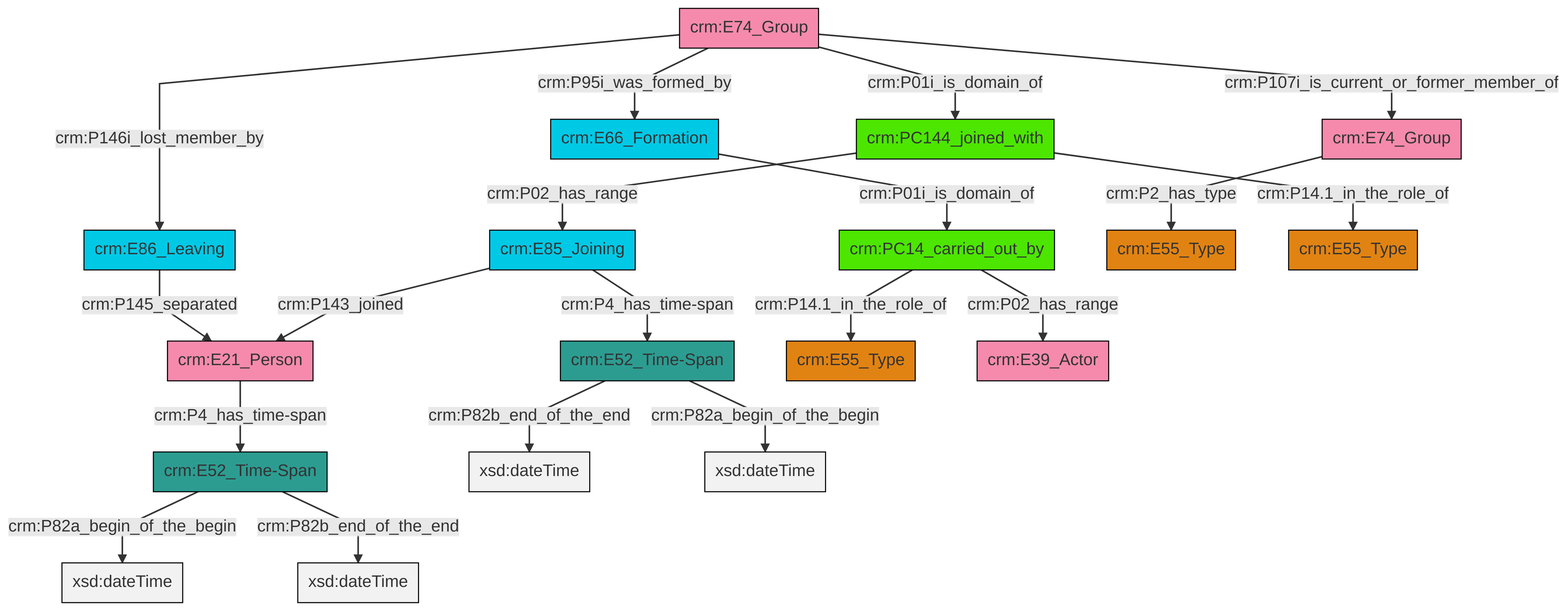
Before: et/groupCSV/ttl/mmd/png/group_actor_relations.png, a diagram exported from Mermaid (swiss-art-research-net/docs.swissartresearch). Its source is kept beside it as et/groupCSV/ttl/mmd/group_actor_relations.ttl.mmd.
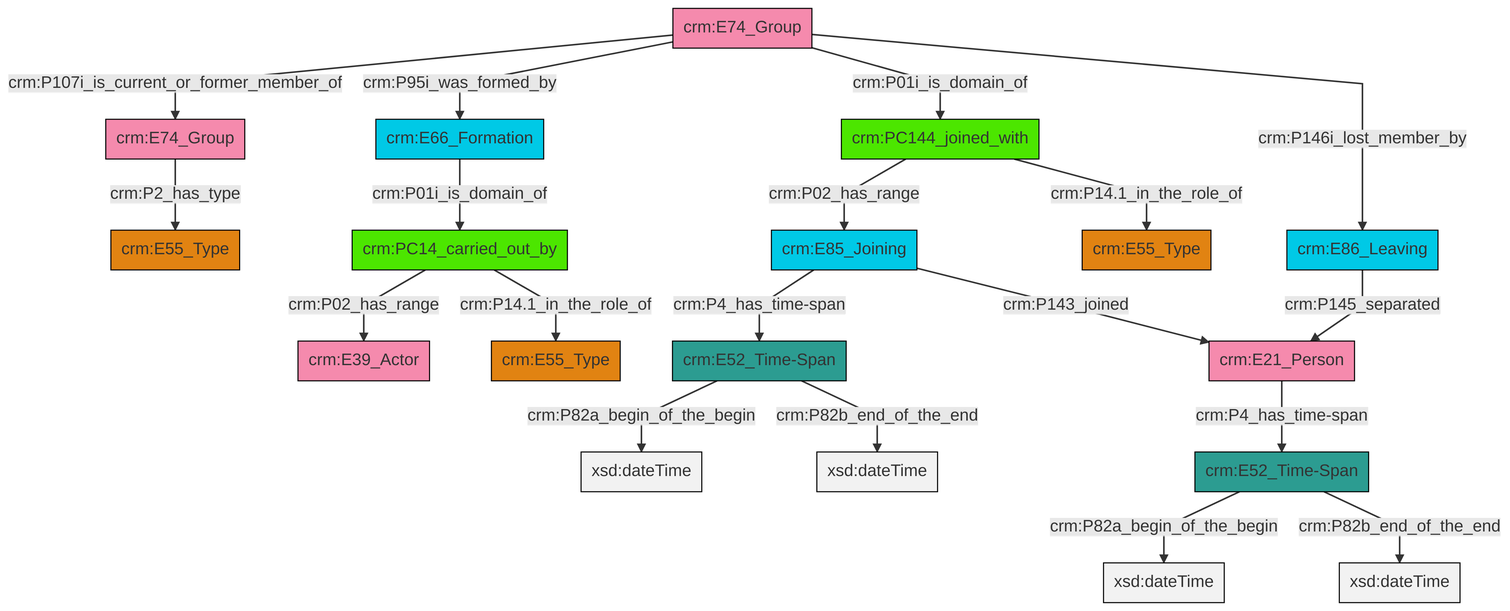
Later version of the same file.

Change to the diagram source:
```diff
@@ -13,21 +13,21 @@
 classDef PC_Classes fill:#4ce600, stroke:#000000;
 classDef Multi fill:#cccccc,stroke:#000000;
 
-0["crm:E66_Formation"]:::Temporal_Entity -->|crm:P01i_is_domain_of| 1["crm:PC14_carried_out_by"]:::PC_Classes
-12["crm:E74_Group"]:::Actor -->|crm:P146i_lost_member_by| 4["crm:E86_Leaving"]:::Temporal_Entity
-14["crm:E85_Joining"]:::Temporal_Entity -->|crm:P4_has_time-span| 8["crm:E52_Time-Span"]:::Time-Span
-12["crm:E74_Group"]:::Actor -->|crm:P107i_is_current_or_former_member_of| 15["crm:E74_Group"]:::Actor
-6["crm:E21_Person"]:::Actor -->|crm:P4_has_time-span| 10["crm:E52_Time-Span"]:::Time-Span
-12["crm:E74_Group"]:::Actor -->|crm:P95i_was_formed_by| 0["crm:E66_Formation"]:::Temporal_Entity
-15["crm:E74_Group"]:::Actor -->|crm:P2_has_type| 16["crm:E55_Type"]:::Type
-8["crm:E52_Time-Span"]:::Time-Span -->|crm:P82b_end_of_the_end| 19[xsd:dateTime]:::Literal
-1["crm:PC14_carried_out_by"]:::PC_Classes -->|crm:P02_has_range| 26["crm:E39_Actor"]:::Actor
-8["crm:E52_Time-Span"]:::Time-Span -->|crm:P82a_begin_of_the_begin| 27[xsd:dateTime]:::Literal
-10["crm:E52_Time-Span"]:::Time-Span -->|crm:P82a_begin_of_the_begin| 28[xsd:dateTime]:::Literal
-12["crm:E74_Group"]:::Actor -->|crm:P01i_is_domain_of| 2["crm:PC144_joined_with"]:::PC_Classes
-2["crm:PC144_joined_with"]:::PC_Classes -->|crm:P02_has_range| 14["crm:E85_Joining"]:::Temporal_Entity
-4["crm:E86_Leaving"]:::Temporal_Entity -->|crm:P145_separated| 6["crm:E21_Person"]:::Actor
-10["crm:E52_Time-Span"]:::Time-Span -->|crm:P82b_end_of_the_end| 31[xsd:dateTime]:::Literal
-14["crm:E85_Joining"]:::Temporal_Entity -->|crm:P143_joined| 6["crm:E21_Person"]:::Actor
-1["crm:PC14_carried_out_by"]:::PC_Classes -->|crm:P14.1_in_the_role_of| 20["crm:E55_Type"]:::Type
-2["crm:PC144_joined_with"]:::PC_Classes -->|crm:P14.1_in_the_role_of| 22["crm:E55_Type"]:::Type
+0["crm:E74_Group"]:::Actor -->|crm:P107i_is_current_or_former_member_of| 1["crm:E74_Group"]:::Actor
+6["crm:E52_Time-Span"]:::Time-Span -->|crm:P82a_begin_of_the_begin| 8[xsd:dateTime]:::Literal
+9["crm:PC14_carried_out_by"]:::PC_Classes -->|crm:P02_has_range| 10["crm:E39_Actor"]:::Actor
+11["crm:E52_Time-Span"]:::Time-Span -->|crm:P82a_begin_of_the_begin| 13[xsd:dateTime]:::Literal
+14["crm:PC144_joined_with"]:::PC_Classes -->|crm:P02_has_range| 15["crm:E85_Joining"]:::Temporal_Entity
+18["crm:E66_Formation"]:::Temporal_Entity -->|crm:P01i_is_domain_of| 9["crm:PC14_carried_out_by"]:::PC_Classes
+0["crm:E74_Group"]:::Actor -->|crm:P95i_was_formed_by| 18["crm:E66_Formation"]:::Temporal_Entity
+0["crm:E74_Group"]:::Actor -->|crm:P01i_is_domain_of| 14["crm:PC144_joined_with"]:::PC_Classes
+14["crm:PC144_joined_with"]:::PC_Classes -->|crm:P14.1_in_the_role_of| 4["crm:E55_Type"]:::Type
+6["crm:E52_Time-Span"]:::Time-Span -->|crm:P82b_end_of_the_end| 23[xsd:dateTime]:::Literal
+0["crm:E74_Group"]:::Actor -->|crm:P146i_lost_member_by| 16["crm:E86_Leaving"]:::Temporal_Entity
+16["crm:E86_Leaving"]:::Temporal_Entity -->|crm:P145_separated| 21["crm:E21_Person"]:::Actor
+15["crm:E85_Joining"]:::Temporal_Entity -->|crm:P4_has_time-span| 11["crm:E52_Time-Span"]:::Time-Span
+15["crm:E85_Joining"]:::Temporal_Entity -->|crm:P143_joined| 21["crm:E21_Person"]:::Actor
+1["crm:E74_Group"]:::Actor -->|crm:P2_has_type| 2["crm:E55_Type"]:::Type
+11["crm:E52_Time-Span"]:::Time-Span -->|crm:P82b_end_of_the_end| 31[xsd:dateTime]:::Literal
+9["crm:PC14_carried_out_by"]:::PC_Classes -->|crm:P14.1_in_the_role_of| 27["crm:E55_Type"]:::Type
+21["crm:E21_Person"]:::Actor -->|crm:P4_has_time-span| 6["crm:E52_Time-Span"]:::Time-Span
```
